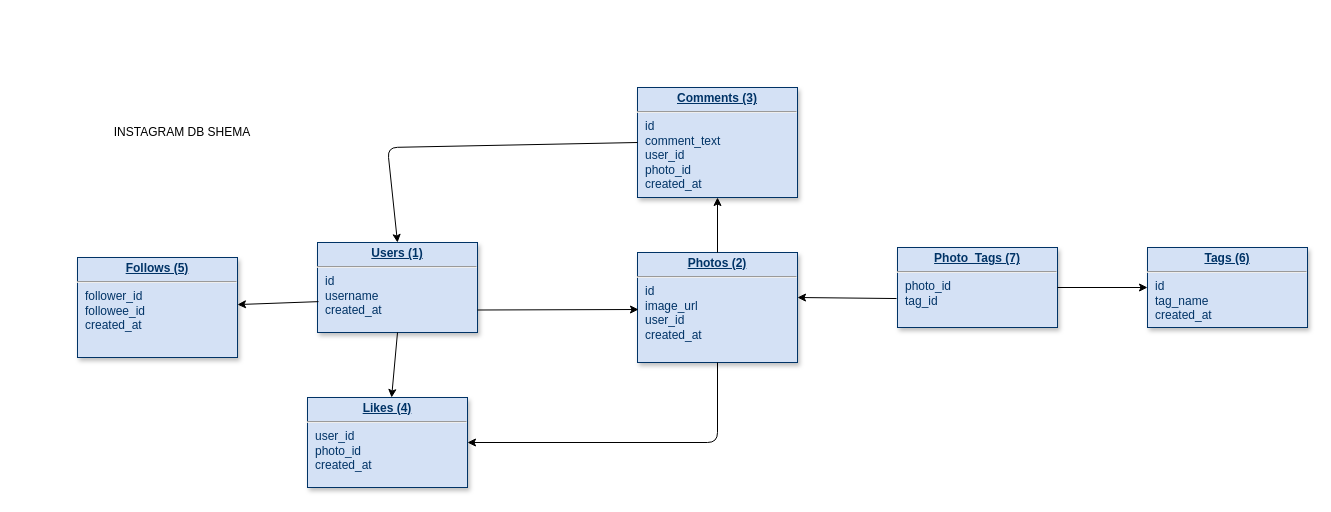
Above: InstagramDBShema.drawio in TeddyTeddy/MySQL (draw.io), before the change. Source tidied: cells renumbered, new cells numbered last; positions are measured from the earlier drawing's top-left corner, leaving out a move shared by most shapes. Both pictures are drawn from the tidied source at 100%, with x=0, y=0 at pixel (17, 87).
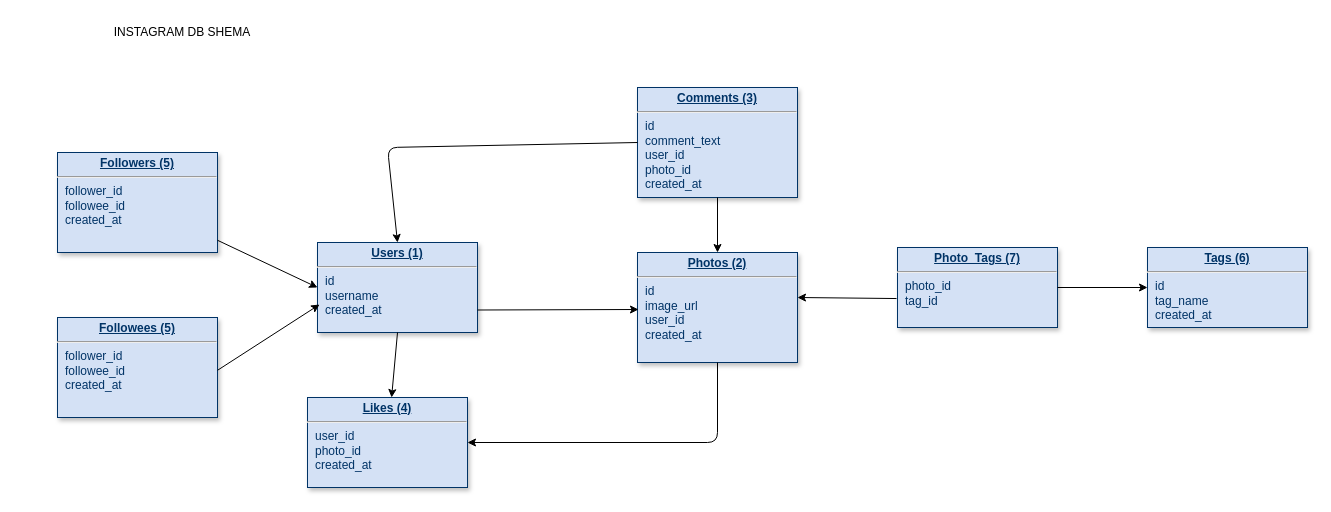
The same page after the edit.

The change refers to these unchanged cells:
```xml
<mxCell id="2" value="&lt;p style=&quot;margin: 0px ; margin-top: 4px ; text-align: center ; text-decoration: underline&quot;&gt;&lt;strong&gt;Users (1)&lt;/strong&gt;&lt;/p&gt;&lt;hr&gt;&lt;p style=&quot;margin: 0px ; margin-left: 8px&quot;&gt;id&lt;/p&gt;&lt;p style=&quot;margin: 0px ; margin-left: 8px&quot;&gt;username&lt;/p&gt;&lt;p style=&quot;margin: 0px ; margin-left: 8px&quot;&gt;created_at&lt;/p&gt;" style="verticalAlign=top;align=left;overflow=fill;fontSize=12;fontFamily=Helvetica;html=1;strokeColor=#003366;shadow=1;fillColor=#D4E1F5;fontColor=#003366;" parent="1" vertex="1">
  <mxGeometry x="300" y="155" width="160" height="90" as="geometry" />
</mxCell>
<mxCell id="3" value="&lt;p style=&quot;margin: 4px 0px 0px ; text-align: center ; text-decoration: underline&quot;&gt;&lt;b&gt;Photos (2)&lt;/b&gt;&lt;/p&gt;&lt;hr&gt;&lt;p style=&quot;margin: 0px 0px 0px 8px&quot;&gt;id&lt;/p&gt;&lt;p style=&quot;margin: 0px 0px 0px 8px&quot;&gt;image_url&lt;/p&gt;&lt;p style=&quot;margin: 0px 0px 0px 8px&quot;&gt;user_id&lt;/p&gt;&lt;p style=&quot;margin: 0px 0px 0px 8px&quot;&gt;created_at&lt;br&gt;&lt;/p&gt;" style="verticalAlign=top;align=left;overflow=fill;fontSize=12;fontFamily=Helvetica;html=1;strokeColor=#003366;shadow=1;fillColor=#D4E1F5;fontColor=#003366;" parent="1" vertex="1">
  <mxGeometry x="620" y="165" width="160" height="110" as="geometry" />
</mxCell>
<mxCell id="5" value="&lt;p style=&quot;margin: 4px 0px 0px ; text-align: center ; text-decoration: underline&quot;&gt;&lt;b&gt;Comments (3)&lt;/b&gt;&lt;/p&gt;&lt;hr&gt;&lt;p style=&quot;margin: 0px 0px 0px 8px&quot;&gt;id&lt;/p&gt;&lt;p style=&quot;margin: 0px 0px 0px 8px&quot;&gt;comment_text&lt;br&gt;&lt;/p&gt;&lt;p style=&quot;margin: 0px 0px 0px 8px&quot;&gt;&lt;span&gt;user_id&lt;/span&gt;&lt;/p&gt;&lt;p style=&quot;margin: 0px 0px 0px 8px&quot;&gt;&lt;span&gt;photo_id&lt;/span&gt;&lt;/p&gt;&lt;p style=&quot;margin: 0px 0px 0px 8px&quot;&gt;created_at&lt;/p&gt;" style="verticalAlign=top;align=left;overflow=fill;fontSize=12;fontFamily=Helvetica;html=1;strokeColor=#003366;shadow=1;fillColor=#D4E1F5;fontColor=#003366;" parent="1" vertex="1">
  <mxGeometry x="620" width="160" height="110" as="geometry" />
</mxCell>
```

Change to the diagram source:
```diff
@@
-    <mxCell id="6" style="endArrow=classic;html=1;entryX=0.5;entryY=1;entryDx=0;entryDy=0;exitX=0.5;exitY=0;exitDx=0;exitDy=0;" parent="1" edge="1" source="3" target="5">
+    <mxCell id="6" style="endArrow=classic;html=1;exitX=0.5;exitY=1;exitDx=0;exitDy=0;entryX=0.5;entryY=0;entryDx=0;entryDy=0;" parent="1" edge="1" source="5" target="3">
       <mxGeometry relative="1" as="geometry" />
     </mxCell>
@@
-    <mxCell id="14" value="&lt;p style=&quot;margin: 0px ; margin-top: 4px ; text-align: center ; text-decoration: underline&quot;&gt;&lt;b&gt;Follows (5)&lt;/b&gt;&lt;/p&gt;&lt;hr&gt;&lt;p style=&quot;margin: 0px ; margin-left: 8px&quot;&gt;&lt;span&gt;follower_id&lt;/span&gt;&lt;br&gt;&lt;/p&gt;&lt;p style=&quot;margin: 0px ; margin-left: 8px&quot;&gt;followee_id&lt;/p&gt;&lt;p style=&quot;margin: 0px ; margin-left: 8px&quot;&gt;created_at&lt;/p&gt;" style="verticalAlign=top;align=left;overflow=fill;fontSize=12;fontFamily=Helvetica;html=1;strokeColor=#003366;shadow=1;fillColor=#D4E1F5;fontColor=#003366;" parent="1" vertex="1">
-      <mxGeometry x="60" y="170" width="160" height="100" as="geometry" />
+    <mxCell id="14" value="&lt;p style=&quot;margin: 0px ; margin-top: 4px ; text-align: center ; text-decoration: underline&quot;&gt;&lt;b&gt;Followers (5)&lt;/b&gt;&lt;/p&gt;&lt;hr&gt;&lt;p style=&quot;margin: 0px ; margin-left: 8px&quot;&gt;&lt;span&gt;follower_id&lt;/span&gt;&lt;br&gt;&lt;/p&gt;&lt;p style=&quot;margin: 0px ; margin-left: 8px&quot;&gt;followee_id&lt;/p&gt;&lt;p style=&quot;margin: 0px ; margin-left: 8px&quot;&gt;created_at&lt;/p&gt;" style="verticalAlign=top;align=left;overflow=fill;fontSize=12;fontFamily=Helvetica;html=1;strokeColor=#003366;shadow=1;fillColor=#D4E1F5;fontColor=#003366;" parent="1" vertex="1">
+      <mxGeometry x="40" y="65" width="160" height="100" as="geometry" />
     </mxCell>
-    <mxCell id="15" style="endArrow=classic;html=1;exitX=0.006;exitY=0.657;exitDx=0;exitDy=0;exitPerimeter=0;" parent="1" edge="1" source="2" target="14">
+    <mxCell id="15" style="endArrow=classic;html=1;entryX=0;entryY=0.5;entryDx=0;entryDy=0;" parent="1" edge="1" source="14" target="2">
       <mxGeometry relative="1" as="geometry" />
     </mxCell>
     <mxCell id="16" value="INSTAGRAM DB SHEMA" style="text;html=1;strokeColor=none;fillColor=none;align=center;verticalAlign=middle;whiteSpace=wrap;rounded=0;" parent="1" vertex="1">
-      <mxGeometry y="30" width="330" height="30" as="geometry" />
+      <mxGeometry y="-70" width="330" height="30" as="geometry" />
     </mxCell>
@@
+    <mxCell id="18" value="&lt;p style=&quot;margin: 0px ; margin-top: 4px ; text-align: center ; text-decoration: underline&quot;&gt;&lt;b&gt;Followees (5)&lt;/b&gt;&lt;/p&gt;&lt;hr&gt;&lt;p style=&quot;margin: 0px ; margin-left: 8px&quot;&gt;&lt;span&gt;follower_id&lt;/span&gt;&lt;br&gt;&lt;/p&gt;&lt;p style=&quot;margin: 0px ; margin-left: 8px&quot;&gt;followee_id&lt;/p&gt;&lt;p style=&quot;margin: 0px ; margin-left: 8px&quot;&gt;created_at&lt;/p&gt;" style="verticalAlign=top;align=left;overflow=fill;fontSize=12;fontFamily=Helvetica;html=1;strokeColor=#003366;shadow=1;fillColor=#D4E1F5;fontColor=#003366;" parent="1" vertex="1">
+      <mxGeometry x="40" y="230" width="160" height="100" as="geometry" />
+    </mxCell>
+    <mxCell id="19" style="endArrow=classic;html=1;entryX=0.013;entryY=0.689;entryDx=0;entryDy=0;entryPerimeter=0;" parent="1" edge="1" target="2">
+      <mxGeometry relative="1" as="geometry">
+        <mxPoint x="200" y="282.8" as="sourcePoint" />
+      </mxGeometry>
+    </mxCell>
```
